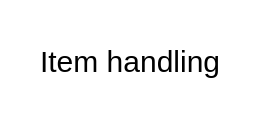
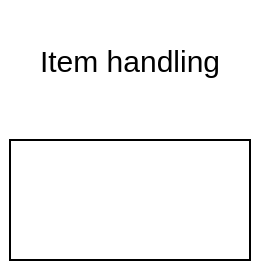
<mxfile host="65bd71144e">
    <diagram id="eEivbV5N9b3uCQ2Cgrt_" name="Page-1">
-         <mxGraphModel dx="832" dy="475" grid="1" gridSize="10" guides="1" tooltips="1" connect="1" arrows="1" fold="1" page="1" pageScale="1" pageWidth="850" pageHeight="1100" math="0" shadow="0">
+         <mxGraphModel dx="632" dy="475" grid="1" gridSize="10" guides="1" tooltips="1" connect="1" arrows="1" fold="1" page="1" pageScale="1" pageWidth="850" pageHeight="1100" math="0" shadow="0">
            <root>
                <mxCell id="0"/>
                <mxCell id="1" parent="0"/>
-                 <mxCell id="3" value="&lt;font style=&quot;font-size: 15px;&quot;&gt;Item handling&lt;/font&gt;" style="text;html=1;align=center;verticalAlign=middle;whiteSpace=wrap;rounded=0;" vertex="1" parent="1">
+                 <mxCell id="3" value="&lt;font style=&quot;font-size: 15px;&quot;&gt;Item handling&lt;/font&gt;" style="text;html=1;align=center;verticalAlign=middle;whiteSpace=wrap;rounded=0;" parent="1" vertex="1">
                    <mxGeometry x="360" y="290" width="130" height="60" as="geometry"/>
+                 </mxCell>
+                 <mxCell id="4" value="" style="rounded=0;whiteSpace=wrap;html=1;" vertex="1" parent="1">
+                     <mxGeometry x="365" y="360" width="120" height="60" as="geometry"/>
                </mxCell>
            </root>
        </mxGraphModel>
    </diagram>
</mxfile>